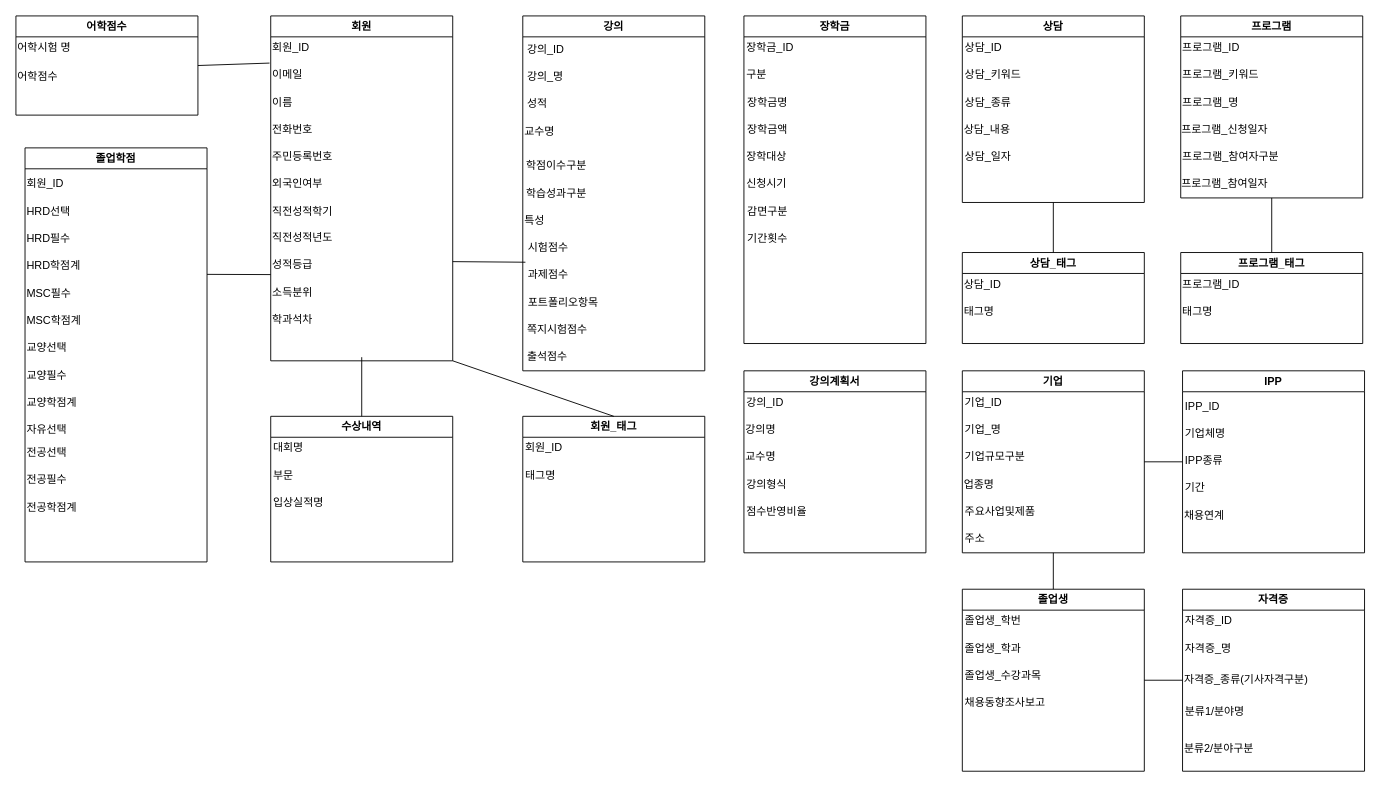
The draw.io diagram Kody.drawio in KimEunSeop/Kody, before the edit. Source tidied: cells renumbered, new cells numbered last; positions are measured from the earlier drawing's top-left corner, leaving out a move shared by most shapes. Both pictures are drawn from the tidied source at 91%, with x=0, y=0 at pixel (15, 15).
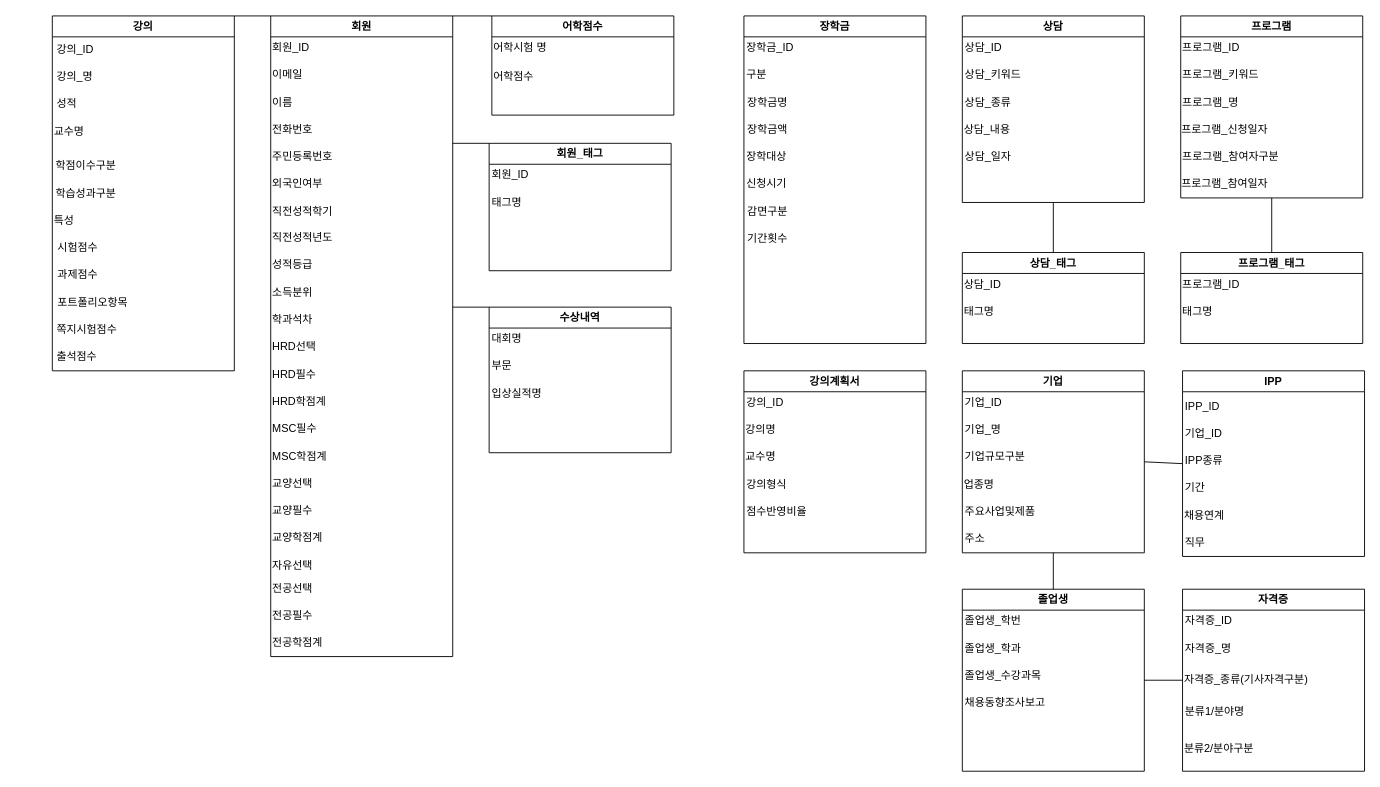
Above is the later version.

The change refers to these unchanged cells:
```xml
<mxCell id="5" value="이메일" style="text;html=1;align=left;verticalAlign=middle;points=[];strokeColor=none;fillColor=none;" parent="2" vertex="1">
  <mxGeometry y="50" width="60" height="30" as="geometry" />
</mxCell>
<mxCell id="23" value="과제점수" style="text;html=1;align=left;verticalAlign=middle;points=[];strokeColor=none;fillColor=none;" parent="14" vertex="1">
  <mxGeometry x="4" y="270" width="70" height="30" as="geometry" />
</mxCell>
```

Diff of the diagram source:
```diff
@@
     <mxCell id="2" value="회원" style="swimlane;whiteSpace=wrap;html=1;" parent="1" vertex="1">
-      <mxGeometry x="280" width="200" height="379" as="geometry" />
+      <mxGeometry x="280" width="200" height="704" as="geometry" />
     </mxCell>
@@
+    <mxCell id="28" value="HRD선택" style="text;html=1;align=left;verticalAlign=middle;strokeColor=none;fillColor=none;" parent="2" vertex="1">
+      <mxGeometry y="349" width="70" height="30" as="geometry" />
+    </mxCell>
+    <mxCell id="29" value="HRD필수" style="text;html=1;align=left;verticalAlign=middle;strokeColor=none;fillColor=none;" parent="2" vertex="1">
+      <mxGeometry y="379" width="70" height="30" as="geometry" />
+    </mxCell>
+    <mxCell id="30" value="HRD학점계" style="text;html=1;align=left;verticalAlign=middle;strokeColor=none;fillColor=none;" parent="2" vertex="1">
+      <mxGeometry y="409" width="90" height="30" as="geometry" />
+    </mxCell>
+    <mxCell id="31" value="MSC필수" style="text;html=1;align=left;verticalAlign=middle;strokeColor=none;fillColor=none;" parent="2" vertex="1">
+      <mxGeometry y="439" width="70" height="30" as="geometry" />
+    </mxCell>
+    <mxCell id="32" value="MSC학점계" style="text;html=1;align=left;verticalAlign=middle;strokeColor=none;fillColor=none;" parent="2" vertex="1">
+      <mxGeometry y="469" width="90" height="30" as="geometry" />
+    </mxCell>
+    <mxCell id="34" value="교양선택" style="text;html=1;align=left;verticalAlign=middle;strokeColor=none;fillColor=none;" parent="2" vertex="1">
+      <mxGeometry y="499" width="70" height="30" as="geometry" />
+    </mxCell>
+    <mxCell id="35" value="교양필수" style="text;html=1;align=left;verticalAlign=middle;strokeColor=none;fillColor=none;" parent="2" vertex="1">
+      <mxGeometry y="529" width="70" height="30" as="geometry" />
+    </mxCell>
+    <mxCell id="36" value="교양학점계" style="text;html=1;align=left;verticalAlign=middle;strokeColor=none;fillColor=none;" parent="2" vertex="1">
+      <mxGeometry y="559" width="80" height="30" as="geometry" />
+    </mxCell>
+    <mxCell id="37" value="자유선택" style="text;html=1;align=left;verticalAlign=middle;strokeColor=none;fillColor=none;" parent="2" vertex="1">
+      <mxGeometry y="589" width="70" height="30" as="geometry" />
+    </mxCell>
+    <mxCell id="38" value="전공선택" style="text;html=1;align=left;verticalAlign=middle;strokeColor=none;fillColor=none;" parent="2" vertex="1">
+      <mxGeometry y="614" width="70" height="30" as="geometry" />
+    </mxCell>
+    <mxCell id="39" value="전공필수" style="text;html=1;align=left;verticalAlign=middle;strokeColor=none;fillColor=none;" parent="2" vertex="1">
+      <mxGeometry y="644" width="70" height="30" as="geometry" />
+    </mxCell>
+    <mxCell id="40" value="전공학점계" style="text;html=1;align=left;verticalAlign=middle;strokeColor=none;fillColor=none;" parent="2" vertex="1">
+      <mxGeometry y="674" width="80" height="30" as="geometry" />
+    </mxCell>
     <mxCell id="14" value="강의" style="swimlane;whiteSpace=wrap;html=1;startSize=23;" parent="1" vertex="1">
-      <mxGeometry x="557" width="200" height="390" as="geometry" />
+      <mxGeometry x="40" width="200" height="390" as="geometry" />
     </mxCell>
@@
-    <mxCell id="27" value="졸업학점" style="swimlane;whiteSpace=wrap;html=1;" parent="1" vertex="1">
-      <mxGeometry x="10" y="145" width="200" height="455" as="geometry" />
-    </mxCell>
-    <mxCell id="28" value="HRD선택" style="text;html=1;align=left;verticalAlign=middle;strokeColor=none;fillColor=none;" parent="27" vertex="1">
-      <mxGeometry y="55" width="70" height="30" as="geometry" />
-    </mxCell>
-    <mxCell id="29" value="HRD필수" style="text;html=1;align=left;verticalAlign=middle;strokeColor=none;fillColor=none;" parent="27" vertex="1">
-      <mxGeometry y="85" width="70" height="30" as="geometry" />
-    </mxCell>
-    <mxCell id="30" value="HRD학점계" style="text;html=1;align=left;verticalAlign=middle;strokeColor=none;fillColor=none;" parent="27" vertex="1">
-      <mxGeometry y="115" width="90" height="30" as="geometry" />
-    </mxCell>
-    <mxCell id="31" value="MSC필수" style="text;html=1;align=left;verticalAlign=middle;strokeColor=none;fillColor=none;" parent="27" vertex="1">
-      <mxGeometry y="145" width="70" height="30" as="geometry" />
-    </mxCell>
-    <mxCell id="32" value="MSC학점계" style="text;html=1;align=left;verticalAlign=middle;strokeColor=none;fillColor=none;" parent="27" vertex="1">
-      <mxGeometry y="175" width="90" height="30" as="geometry" />
-    </mxCell>
-    <mxCell id="33" value="회원_ID" style="text;html=1;align=left;verticalAlign=middle;strokeColor=none;fillColor=none;" parent="27" vertex="1">
-      <mxGeometry y="25" width="70" height="30" as="geometry" />
-    </mxCell>
-    <mxCell id="34" value="교양선택" style="text;html=1;align=left;verticalAlign=middle;strokeColor=none;fillColor=none;" parent="27" vertex="1">
-      <mxGeometry y="205" width="70" height="30" as="geometry" />
-    </mxCell>
-    <mxCell id="35" value="교양필수" style="text;html=1;align=left;verticalAlign=middle;strokeColor=none;fillColor=none;" parent="27" vertex="1">
-      <mxGeometry y="235" width="70" height="30" as="geometry" />
-    </mxCell>
-    <mxCell id="36" value="교양학점계" style="text;html=1;align=left;verticalAlign=middle;strokeColor=none;fillColor=none;" parent="27" vertex="1">
-      <mxGeometry y="265" width="80" height="30" as="geometry" />
-    </mxCell>
-    <mxCell id="37" value="자유선택" style="text;html=1;align=left;verticalAlign=middle;strokeColor=none;fillColor=none;" parent="27" vertex="1">
-      <mxGeometry y="295" width="70" height="30" as="geometry" />
-    </mxCell>
-    <mxCell id="38" value="전공선택" style="text;html=1;align=left;verticalAlign=middle;strokeColor=none;fillColor=none;" parent="27" vertex="1">
-      <mxGeometry y="320" width="70" height="30" as="geometry" />
-    </mxCell>
-    <mxCell id="39" value="전공필수" style="text;html=1;align=left;verticalAlign=middle;strokeColor=none;fillColor=none;" parent="27" vertex="1">
-      <mxGeometry y="350" width="70" height="30" as="geometry" />
-    </mxCell>
-    <mxCell id="40" value="전공학점계" style="text;html=1;align=left;verticalAlign=middle;strokeColor=none;fillColor=none;" parent="27" vertex="1">
-      <mxGeometry y="380" width="80" height="30" as="geometry" />
-    </mxCell>
@@
-    <mxCell id="61" style="endArrow=none;html=1;rounded=0;entryX=-0.016;entryY=0.022;entryDx=0;entryDy=0;entryPerimeter=0;" parent="1" edge="1" target="23">
-      <mxGeometry relative="1" as="geometry">
-        <mxPoint x="480" y="270" as="sourcePoint" />
-      </mxGeometry>
-    </mxCell>
     <mxCell id="62" value="수상내역" style="swimlane;whiteSpace=wrap;html=1;startSize=23;" parent="1" vertex="1">
-      <mxGeometry x="280" y="440" width="200" height="160" as="geometry" />
+      <mxGeometry x="520" y="320" width="200" height="160" as="geometry" />
     </mxCell>
@@
-    <mxCell id="66" style="endArrow=none;html=1;rounded=0;exitX=0.5;exitY=0;exitDx=0;exitDy=0;" parent="1" edge="1" source="62">
-      <mxGeometry relative="1" as="geometry">
-        <mxPoint x="380" y="375" as="targetPoint" />
-      </mxGeometry>
-    </mxCell>
@@
     <mxCell id="73" value="회원_태그" style="swimlane;whiteSpace=wrap;html=1;startSize=23;" parent="1" vertex="1">
-      <mxGeometry x="557" y="440" width="200" height="160" as="geometry" />
+      <mxGeometry x="520" y="140" width="200" height="140" as="geometry" />
     </mxCell>
@@
-    <mxCell id="76" style="endArrow=none;html=1;rounded=0;entryX=0.5;entryY=0;entryDx=0;entryDy=0;exitX=1;exitY=1;exitDx=0;exitDy=0;" parent="1" edge="1" source="2" target="73">
-      <mxGeometry relative="1" as="geometry" />
-    </mxCell>
@@
     <mxCell id="92" value="IPP" style="swimlane;whiteSpace=wrap;html=1;startSize=23;" parent="1" vertex="1">
-      <mxGeometry x="1282" y="390" width="200" height="200" as="geometry" />
+      <mxGeometry x="1282" y="390" width="200" height="204" as="geometry" />
     </mxCell>
@@
-    <mxCell id="94" value="기업체명" style="text;html=1;align=left;verticalAlign=middle;strokeColor=none;fillColor=none;" parent="92" vertex="1">
+    <mxCell id="94" value="기업_ID" style="text;html=1;align=left;verticalAlign=middle;strokeColor=none;fillColor=none;" parent="92" vertex="1">
       <mxGeometry x="1" y="54" width="70" height="30" as="geometry" />
     </mxCell>
@@
+    <mxCell id="119" value="직무" style="text;html=1;align=left;verticalAlign=middle;strokeColor=none;fillColor=none;" parent="92" vertex="1">
+      <mxGeometry x="1" y="174" width="50" height="30" as="geometry" />
+    </mxCell>
@@
-    <mxCell id="114" style="endArrow=none;html=1;rounded=0;exitX=0;exitY=0.75;exitDx=0;exitDy=0;" parent="1" edge="1" source="2">
-      <mxGeometry relative="1" as="geometry">
-        <mxPoint x="210" y="284" as="targetPoint" />
-      </mxGeometry>
-    </mxCell>
     <mxCell id="115" value="어학점수" style="swimlane;whiteSpace=wrap;html=1;" parent="1" vertex="1">
-      <mxGeometry width="200" height="109" as="geometry" />
+      <mxGeometry x="523" width="200" height="109" as="geometry" />
     </mxCell>
@@
-    <mxCell id="118" style="endArrow=none;html=1;rounded=0;entryX=1;entryY=0.5;entryDx=0;entryDy=0;exitX=-0.022;exitY=0.061;exitDx=0;exitDy=0;exitPerimeter=0;" parent="1" edge="1" source="5" target="115">
-      <mxGeometry relative="1" as="geometry" />
-    </mxCell>
+    <mxCell id="120" style="endArrow=none;html=1;rounded=0;exitX=1;exitY=0;exitDx=0;exitDy=0;entryX=0;entryY=0;entryDx=0;entryDy=0;" parent="1" edge="1" source="14" target="2">
+      <mxGeometry relative="1" as="geometry" />
+    </mxCell>
+    <mxCell id="121" style="endArrow=none;html=1;rounded=0;exitX=1;exitY=0;exitDx=0;exitDy=0;entryX=0;entryY=0;entryDx=0;entryDy=0;" parent="1" edge="1" source="2" target="115">
+      <mxGeometry relative="1" as="geometry" />
+    </mxCell>
+    <mxCell id="122" style="endArrow=none;html=1;rounded=0;entryX=0;entryY=0;entryDx=0;entryDy=0;" parent="1" edge="1" target="73">
+      <mxGeometry relative="1" as="geometry">
+        <mxPoint x="480" y="140" as="sourcePoint" />
+      </mxGeometry>
+    </mxCell>
+    <mxCell id="123" style="endArrow=none;html=1;rounded=0;entryX=0;entryY=0;entryDx=0;entryDy=0;" parent="1" edge="1" target="62">
+      <mxGeometry relative="1" as="geometry">
+        <mxPoint x="480" y="320" as="sourcePoint" />
+      </mxGeometry>
+    </mxCell>
```
